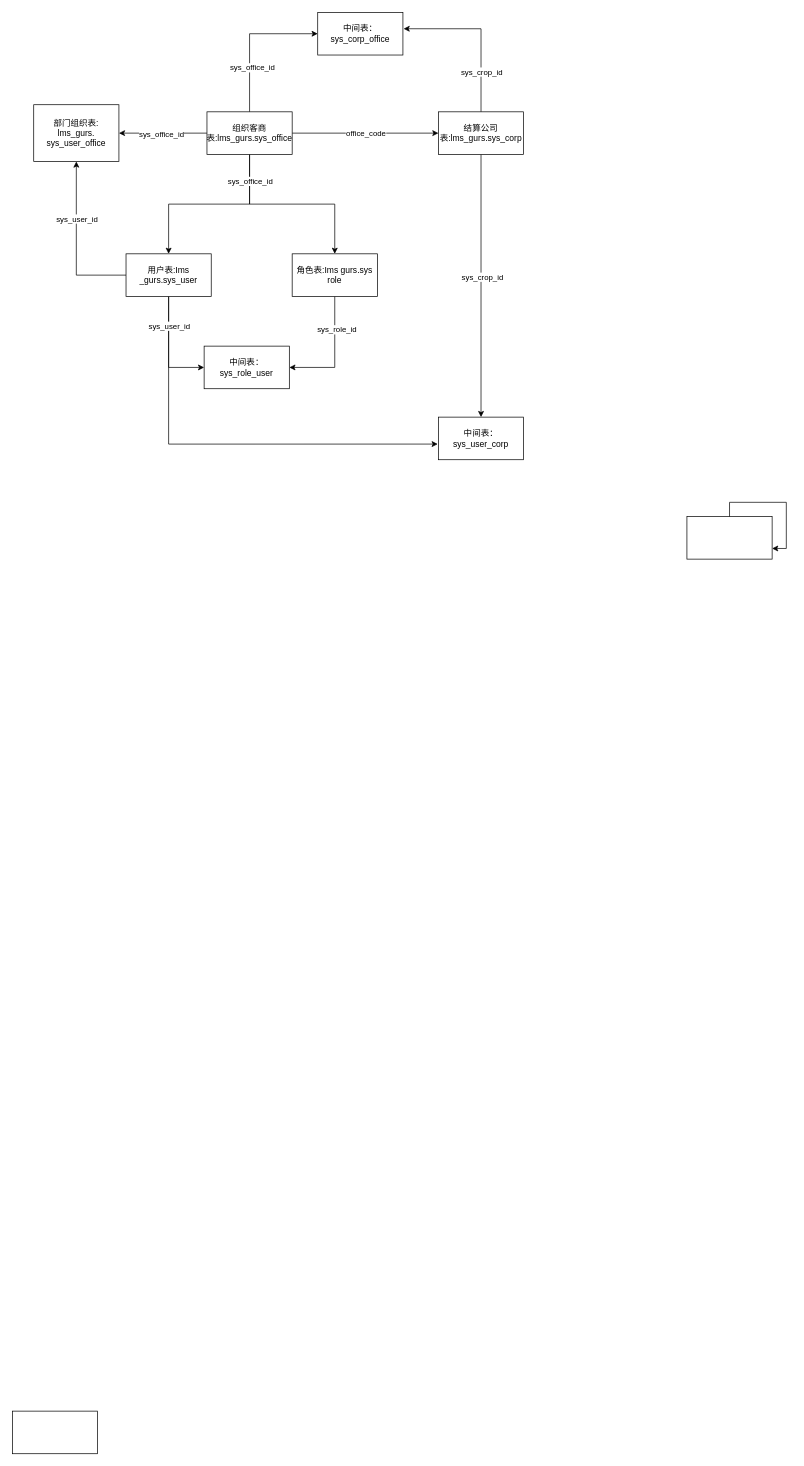
The draw.io diagram 未命名绘图.drawio in wandamming/drow.io, before the edit. Source tidied: cells renumbered, new cells numbered last; positions are measured from the earlier drawing's top-left corner, leaving out a move shared by most shapes. Both pictures are drawn from the tidied source at 71%, with x=0, y=0 at pixel (12, 12).
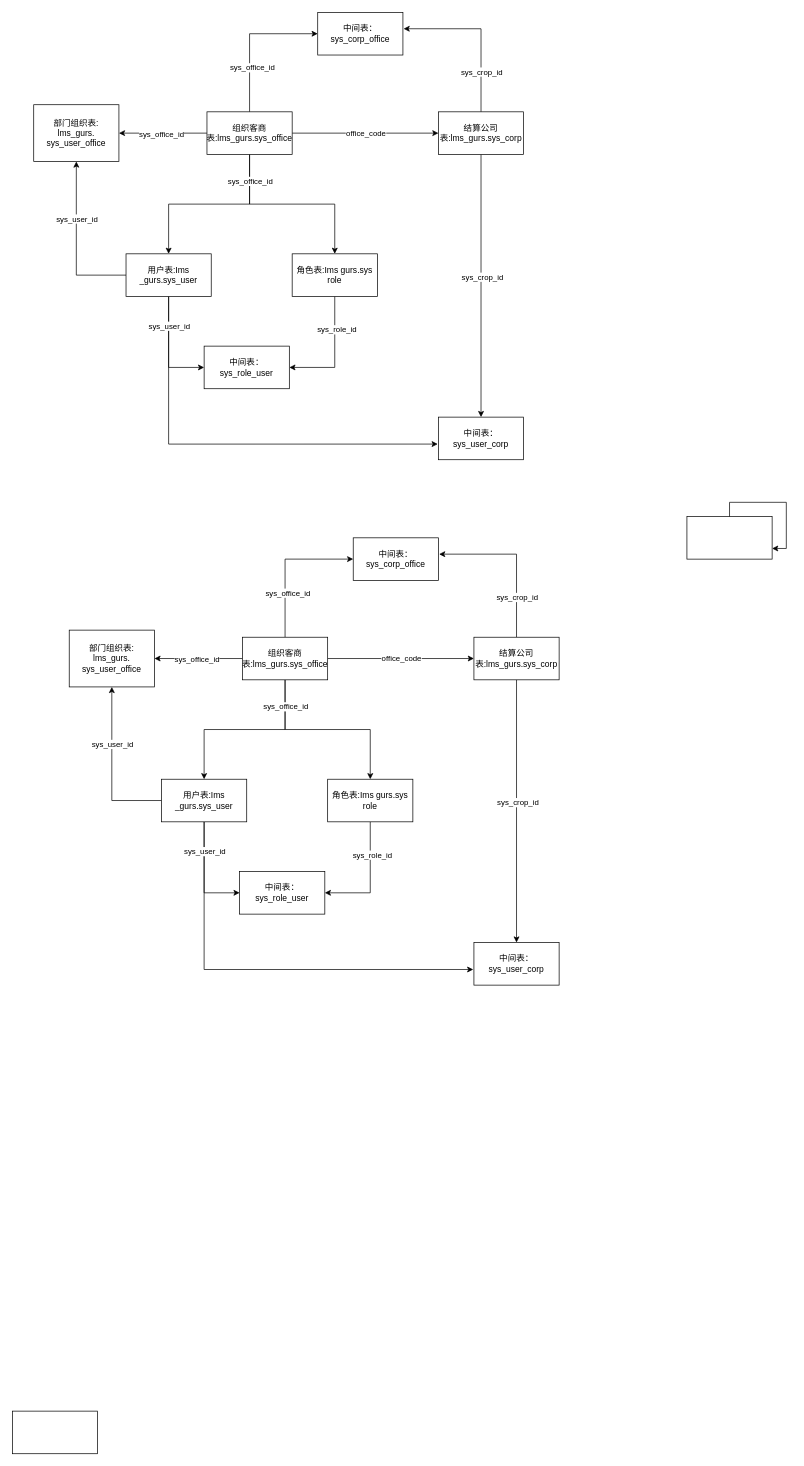
Above is the later version.

Commit message:
更新未命名绘图.drawio

The edit, as a diff of the source:
```diff
@@
+    <mxCell id="33" style="edgeStyle=orthogonalEdgeStyle;rounded=0;jettySize=auto;html=1;entryX=0.5;entryY=1;entryDx=0;entryDy=0;" parent="1" edge="1" source="38" target="52">
+      <mxGeometry relative="1" as="geometry" />
+    </mxCell>
+    <mxCell id="34" value="sys_user_id" style="edgeLabel;html=1;align=center;verticalAlign=middle;" parent="33" vertex="1">
+      <mxGeometry x="0.3" relative="1" as="geometry" />
+    </mxCell>
+    <mxCell id="35" style="edgeStyle=orthogonalEdgeStyle;rounded=0;jettySize=auto;html=1;exitX=0.5;exitY=1;exitDx=0;exitDy=0;entryX=0;entryY=0.5;entryDx=0;entryDy=0;" parent="1" edge="1" source="38" target="53">
+      <mxGeometry relative="1" as="geometry" />
+    </mxCell>
+    <mxCell id="36" style="edgeStyle=orthogonalEdgeStyle;rounded=0;jettySize=auto;html=1;exitX=0.5;exitY=1;exitDx=0;exitDy=0;entryX=-0.008;entryY=0.633;entryDx=0;entryDy=0;entryPerimeter=0;" parent="1" edge="1" source="38" target="59">
+      <mxGeometry relative="1" as="geometry" />
+    </mxCell>
+    <mxCell id="37" value="sys_user_id" style="edgeLabel;html=1;align=center;verticalAlign=middle;" parent="36" vertex="1">
+      <mxGeometry x="-0.86" relative="1" as="geometry" />
+    </mxCell>
+    <mxCell id="38" value="用户表:Ims _gurs.sys_user" style="rounded=0;whiteSpace=wrap;html=1;" parent="1" vertex="1">
+      <mxGeometry x="210" y="1080" width="120" height="60" as="geometry" />
+    </mxCell>
+    <mxCell id="39" style="edgeStyle=orthogonalEdgeStyle;rounded=0;jettySize=auto;html=1;exitX=0.5;exitY=1;exitDx=0;exitDy=0;entryX=1;entryY=0.5;entryDx=0;entryDy=0;" parent="1" edge="1" source="41" target="53">
+      <mxGeometry relative="1" as="geometry" />
+    </mxCell>
+    <mxCell id="40" value="sys_role_id" style="edgeLabel;html=1;align=center;verticalAlign=middle;" parent="39" vertex="1">
+      <mxGeometry x="-0.44" y="2" relative="1" as="geometry" />
+    </mxCell>
+    <mxCell id="41" value="角色表:Ims gurs.sys role" style="rounded=0;whiteSpace=wrap;html=1;" parent="1" vertex="1">
+      <mxGeometry x="444" y="1080" width="120" height="60" as="geometry" />
+    </mxCell>
+    <mxCell id="42" style="edgeStyle=orthogonalEdgeStyle;rounded=0;jettySize=auto;html=1;exitX=0.5;exitY=1;exitDx=0;exitDy=0;entryX=0.5;entryY=0;entryDx=0;entryDy=0;" parent="1" edge="1" source="51" target="41">
+      <mxGeometry relative="1" as="geometry" />
+    </mxCell>
+    <mxCell id="43" style="edgeStyle=orthogonalEdgeStyle;rounded=0;jettySize=auto;html=1;exitX=0.5;exitY=1;exitDx=0;exitDy=0;entryX=0.5;entryY=0;entryDx=0;entryDy=0;" parent="1" edge="1" source="51" target="38">
+      <mxGeometry relative="1" as="geometry" />
+    </mxCell>
+    <mxCell id="44" value="sys_office_id" style="edgeLabel;html=1;align=center;verticalAlign=middle;" parent="43" vertex="1">
+      <mxGeometry x="-0.71" relative="1" as="geometry" />
+    </mxCell>
+    <mxCell id="45" style="edgeStyle=orthogonalEdgeStyle;rounded=0;jettySize=auto;html=1;exitX=0;exitY=0.5;exitDx=0;exitDy=0;entryX=1;entryY=0.5;entryDx=0;entryDy=0;" parent="1" edge="1" source="51" target="52">
+      <mxGeometry relative="1" as="geometry" />
+    </mxCell>
+    <mxCell id="46" value="sys_office_id" style="edgeLabel;html=1;align=center;verticalAlign=middle;" parent="45" vertex="1">
+      <mxGeometry x="0.05" y="1" relative="1" as="geometry" />
+    </mxCell>
+    <mxCell id="47" style="edgeStyle=orthogonalEdgeStyle;rounded=0;jettySize=auto;html=1;exitX=0.5;exitY=0;exitDx=0;exitDy=0;entryX=0;entryY=0.5;entryDx=0;entryDy=0;" parent="1" edge="1" source="51" target="60">
+      <mxGeometry relative="1" as="geometry" />
+    </mxCell>
+    <mxCell id="48" value="sys_office_id" style="edgeLabel;html=1;align=center;verticalAlign=middle;" parent="47" vertex="1">
+      <mxGeometry x="-0.39" y="-3" relative="1" as="geometry" />
+    </mxCell>
+    <mxCell id="49" style="edgeStyle=orthogonalEdgeStyle;rounded=0;jettySize=auto;html=1;exitX=1;exitY=0.5;exitDx=0;exitDy=0;entryX=0;entryY=0.5;entryDx=0;entryDy=0;" parent="1" edge="1" source="51" target="58">
+      <mxGeometry relative="1" as="geometry" />
+    </mxCell>
+    <mxCell id="50" value="office_code" style="edgeLabel;html=1;align=center;verticalAlign=middle;" parent="49" vertex="1">
+      <mxGeometry y="1" relative="1" as="geometry" />
+    </mxCell>
+    <mxCell id="51" value="组织客商表:lms_gurs.sys_office" style="rounded=0;whiteSpace=wrap;html=1;" parent="1" vertex="1">
+      <mxGeometry x="324" y="880" width="120" height="60" as="geometry" />
+    </mxCell>
+    <mxCell id="52" value="部门组织表:&lt;br&gt;lms_gurs.&lt;br&gt;sys_user_office" style="rounded=0;whiteSpace=wrap;html=1;" parent="1" vertex="1">
+      <mxGeometry x="80" y="870" width="120" height="80" as="geometry" />
+    </mxCell>
+    <mxCell id="53" value="中间表：&lt;br&gt;sys_role_user" style="rounded=0;whiteSpace=wrap;html=1;" parent="1" vertex="1">
+      <mxGeometry x="320" y="1210" width="120" height="60" as="geometry" />
+    </mxCell>
+    <mxCell id="54" style="edgeStyle=orthogonalEdgeStyle;rounded=0;jettySize=auto;html=1;exitX=0.5;exitY=1;exitDx=0;exitDy=0;entryX=0.5;entryY=0;entryDx=0;entryDy=0;" parent="1" edge="1" source="58" target="59">
+      <mxGeometry relative="1" as="geometry" />
+    </mxCell>
+    <mxCell id="55" value="sys_crop_id" style="edgeLabel;html=1;align=center;verticalAlign=middle;" parent="54" vertex="1">
+      <mxGeometry x="-0.07" y="1" relative="1" as="geometry" />
+    </mxCell>
+    <mxCell id="56" style="edgeStyle=orthogonalEdgeStyle;rounded=0;jettySize=auto;html=1;exitX=0.5;exitY=0;exitDx=0;exitDy=0;entryX=1.008;entryY=0.383;entryDx=0;entryDy=0;entryPerimeter=0;" parent="1" edge="1" source="58" target="60">
+      <mxGeometry relative="1" as="geometry">
+        <Array as="points">
+          <mxPoint x="710" y="763" />
+        </Array>
+      </mxGeometry>
+    </mxCell>
+    <mxCell id="57" value="sys_crop_id" style="edgeLabel;html=1;align=center;verticalAlign=middle;" parent="56" vertex="1">
+      <mxGeometry x="-0.5" relative="1" as="geometry" />
+    </mxCell>
+    <mxCell id="58" value="结算公司表:lms_gurs.sys_corp" style="rounded=0;whiteSpace=wrap;html=1;" parent="1" vertex="1">
+      <mxGeometry x="650" y="880" width="120" height="60" as="geometry" />
+    </mxCell>
+    <mxCell id="59" value="中间表：&lt;br&gt;sys_user_corp" style="rounded=0;whiteSpace=wrap;html=1;" parent="1" vertex="1">
+      <mxGeometry x="650" y="1310" width="120" height="60" as="geometry" />
+    </mxCell>
+    <mxCell id="60" value="中间表：&lt;br&gt;sys_corp_office" style="rounded=0;whiteSpace=wrap;html=1;" parent="1" vertex="1">
+      <mxGeometry x="480" y="740" width="120" height="60" as="geometry" />
+    </mxCell>
```
